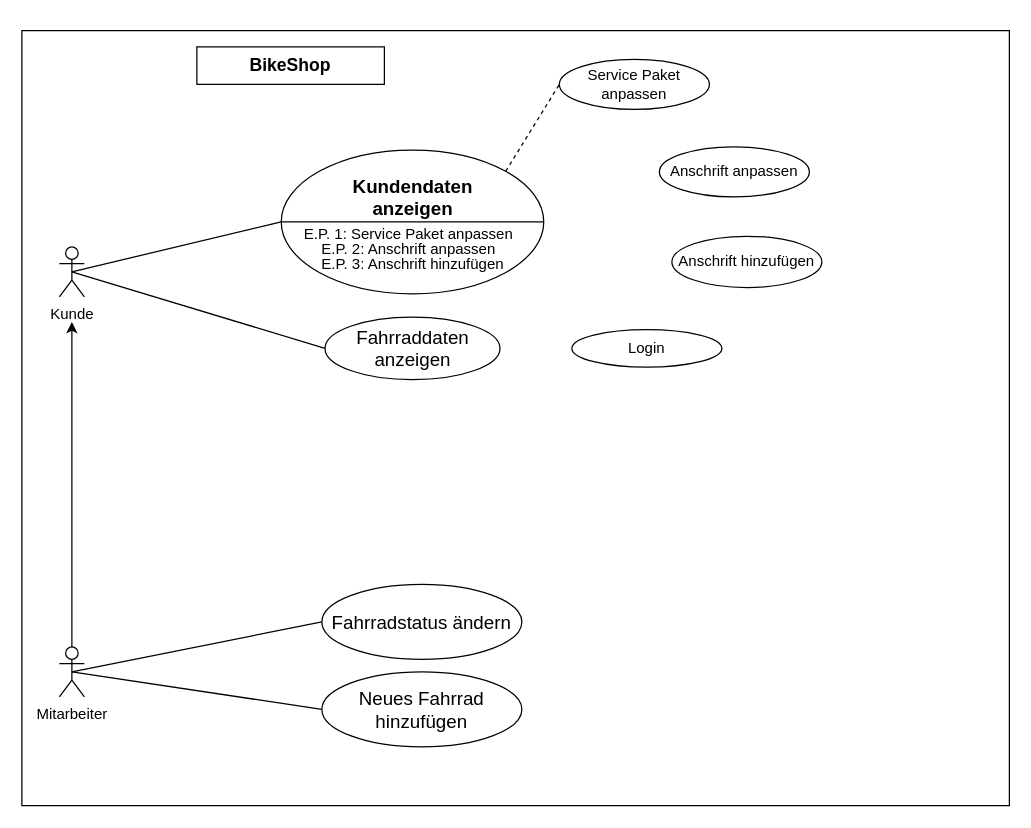
Earlier version of the draw.io diagram draw.io/BikeShopUseCaseDiagram.drawio (Peofesor/BikeShop). Source tidied: cells renumbered, new cells numbered last; positions are measured from the earlier drawing's top-left corner, leaving out a move shared by most shapes. Both pictures are drawn from the tidied source at 125%, with x=0, y=0 at pixel (21, 30).
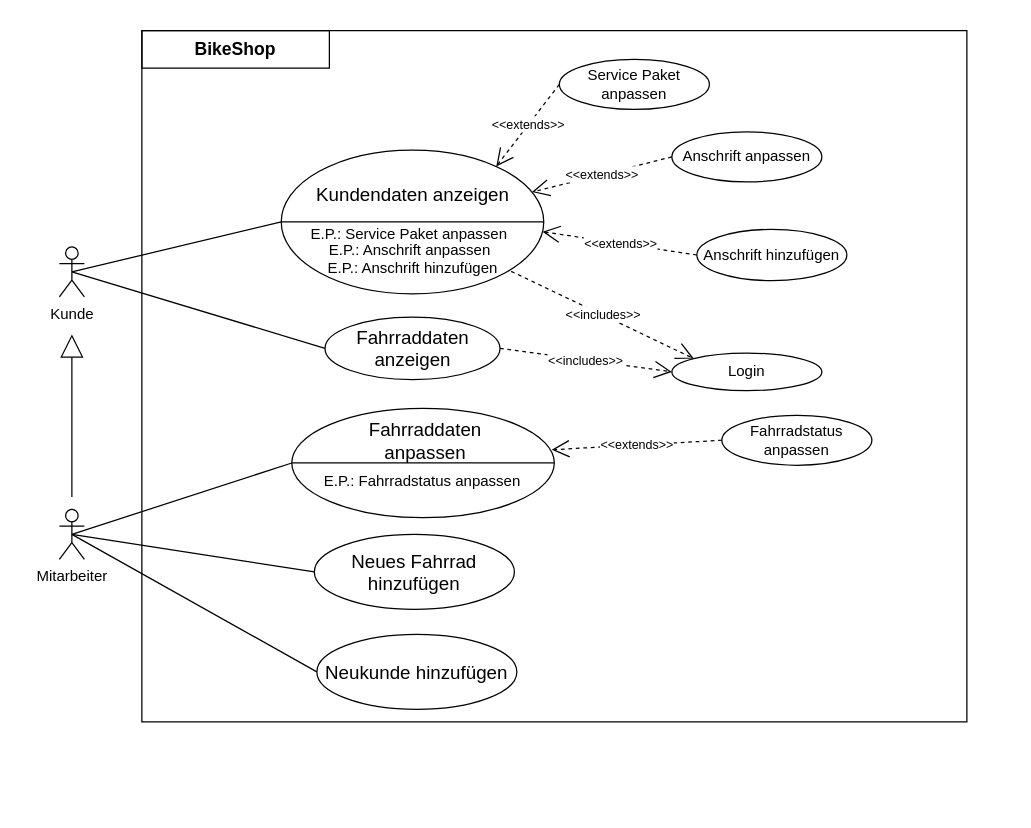
The same page after the edit.

Unchanged cells that the change refers to:
```xml
<mxCell id="7" style="shape=lineEllipse;line=vertical;perimeter=ellipsePerimeter;whiteSpace=wrap;html=1;backgroundOutline=1;labelBackgroundColor=none;align=center;rotation=90;fillColor=none;strokeColor=#000000;fontColor=#000000;" parent="1" vertex="1">
  <mxGeometry x="255" y="48" width="115" height="210" as="geometry" />
</mxCell>
<mxCell id="12" value="Service Paket anpassen" style="ellipse;whiteSpace=wrap;html=1;labelBackgroundColor=none;align=center;fillColor=none;strokeColor=#000000;fontColor=#000000;" parent="1" vertex="1">
  <mxGeometry x="430" y="23" width="120" height="40" as="geometry" />
</mxCell>
<mxCell id="14" value="Fahrraddaten anzeigen" style="ellipse;whiteSpace=wrap;html=1;labelBackgroundColor=none;fontSize=15;align=center;fillColor=none;strokeColor=#000000;fontColor=#000000;" parent="1" vertex="1">
  <mxGeometry x="242.5" y="229.2" width="140" height="50" as="geometry" />
</mxCell>
```

The edit, as a diff of the source:
```diff
@@
     <mxCell id="2" style="rounded=0;whiteSpace=wrap;html=1;labelBackgroundColor=none;fillColor=none;strokeColor=#000000;" parent="1" vertex="1">
-      <mxGeometry width="790" height="620" as="geometry" />
+      <mxGeometry x="96" width="660" height="553" as="geometry" />
     </mxCell>
     <mxCell id="3" value="&lt;font&gt;Mitarbeiter&lt;/font&gt;" style="shape=umlActor;verticalLabelPosition=bottom;labelBackgroundColor=none;verticalAlign=top;html=1;outlineConnect=0;fillColor=none;strokeColor=#000000;fontColor=#000000;" parent="1" vertex="1">
-      <mxGeometry x="30" y="493" width="20" height="40" as="geometry" />
+      <mxGeometry x="30" y="383" width="20" height="40" as="geometry" />
     </mxCell>
@@
-    <mxCell id="5" style="edgeStyle=orthogonalEdgeStyle;rounded=0;jettySize=auto;html=1;fontColor=#000000;labelBorderColor=none;labelBackgroundColor=none;fillColor=none;strokeColor=#000000;" parent="1" edge="1" source="3">
-      <mxGeometry relative="1" as="geometry">
-        <mxPoint x="40" y="233" as="targetPoint" />
-      </mxGeometry>
-    </mxCell>
     <mxCell id="6" value="&lt;h3&gt;BikeShop&lt;/h3&gt;" style="rounded=0;whiteSpace=wrap;html=1;labelBackgroundColor=none;align=center;fontStyle=1;fillColor=none;strokeColor=#000000;fontColor=#000000;" parent="1" vertex="1">
-      <mxGeometry x="140" y="13" width="150" height="30" as="geometry" />
+      <mxGeometry x="96" width="150" height="30" as="geometry" />
     </mxCell>
@@
-    <mxCell id="8" value="&lt;h3 style=&quot;font-size: 15px;&quot;&gt;Kundendaten anzeigen&lt;br&gt;&lt;/h3&gt;" style="text;html=1;align=center;verticalAlign=middle;whiteSpace=wrap;rounded=0;labelBackgroundColor=none;fontSize=15;fillColor=none;strokeColor=none;fontColor=#000000;" parent="1" vertex="1">
-      <mxGeometry x="232.5" y="123" width="160" height="20" as="geometry" />
+    <mxCell id="8" value="&lt;h3 style=&quot;font-size: 15px;&quot;&gt;&lt;span style=&quot;font-weight: normal;&quot;&gt;Kundendaten anzeigen&lt;/span&gt;&lt;br&gt;&lt;/h3&gt;" style="text;html=1;align=center;verticalAlign=middle;whiteSpace=wrap;rounded=0;labelBackgroundColor=none;fontSize=15;fillColor=none;strokeColor=none;fontColor=#000000;" parent="1" vertex="1">
+      <mxGeometry x="232.5" y="121" width="160" height="20" as="geometry" />
     </mxCell>
-    <mxCell id="9" value="E.P. 1: Service Paket anpassen" style="text;html=1;align=left;verticalAlign=middle;whiteSpace=wrap;rounded=0;labelBackgroundColor=none;fillColor=none;strokeColor=none;fontColor=#000000;" parent="1" vertex="1">
-      <mxGeometry x="223.5" y="153" width="180" height="20" as="geometry" />
+    <mxCell id="9" value="&lt;div align=&quot;center&quot;&gt;E.P.: Service Paket anpassen&lt;/div&gt;" style="text;html=1;align=center;verticalAlign=middle;whiteSpace=wrap;rounded=0;labelBackgroundColor=none;fillColor=none;strokeColor=none;fontColor=#000000;" parent="1" vertex="1">
+      <mxGeometry x="200" y="153" width="220" height="20" as="geometry" />
     </mxCell>
-    <mxCell id="10" value="E.P. 2: Anschrift anpassen" style="text;html=1;align=left;verticalAlign=middle;whiteSpace=wrap;rounded=0;labelBackgroundColor=none;fillColor=none;strokeColor=none;fontColor=#000000;" parent="1" vertex="1">
-      <mxGeometry x="237.5" y="164.5" width="145" height="20" as="geometry" />
+    <mxCell id="10" value="E.P.: Anschrift anpassen" style="text;html=1;align=left;verticalAlign=middle;whiteSpace=wrap;rounded=0;labelBackgroundColor=none;fillColor=none;strokeColor=none;fontColor=#000000;" parent="1" vertex="1">
+      <mxGeometry x="243.5" y="165.5" width="145" height="20" as="geometry" />
     </mxCell>
@@
     <mxCell id="13" value="Anschrift anpassen" style="ellipse;whiteSpace=wrap;html=1;labelBackgroundColor=none;fontSize=12;align=center;fillColor=none;strokeColor=#000000;fontColor=#000000;" parent="1" vertex="1">
-      <mxGeometry x="510" y="93" width="120" height="40" as="geometry" />
+      <mxGeometry x="520" y="81" width="120" height="40" as="geometry" />
     </mxCell>
@@
     <mxCell id="16" value="Login" style="ellipse;whiteSpace=wrap;html=1;labelBackgroundColor=none;fontSize=12;align=center;fillColor=none;strokeColor=#000000;fontColor=#000000;" parent="1" vertex="1">
-      <mxGeometry x="440" y="239.2" width="120" height="30" as="geometry" />
+      <mxGeometry x="520" y="258" width="120" height="30" as="geometry" />
     </mxCell>
-    <mxCell id="17" value="Fahrradstatus ändern" style="ellipse;whiteSpace=wrap;html=1;labelBackgroundColor=none;fontSize=15;align=center;fillColor=none;strokeColor=#000000;fontColor=#000000;" parent="1" vertex="1">
-      <mxGeometry x="240" y="443" width="160" height="60" as="geometry" />
-    </mxCell>
     <mxCell id="18" value="Neues Fahrrad hinzufügen" style="ellipse;whiteSpace=wrap;html=1;labelBackgroundColor=none;fontSize=15;align=center;fillColor=none;strokeColor=#000000;fontColor=#000000;" parent="1" vertex="1">
-      <mxGeometry x="240" y="513" width="160" height="60" as="geometry" />
+      <mxGeometry x="234" y="403" width="160" height="60" as="geometry" />
     </mxCell>
-    <mxCell id="19" style="endArrow=none;html=1;labelBackgroundColor=none;fontColor=#000000;exitX=0.5;exitY=0.5;exitDx=0;exitDy=0;exitPerimeter=0;entryX=0;entryY=0.5;entryDx=0;entryDy=0;fillColor=none;strokeColor=#000000;" parent="1" edge="1" source="3" target="17">
+    <mxCell id="19" style="endArrow=none;html=1;labelBackgroundColor=none;fontColor=#000000;exitX=0.5;exitY=0.5;exitDx=0;exitDy=0;exitPerimeter=0;entryX=0.5;entryY=1;entryDx=0;entryDy=0;fillColor=none;strokeColor=#000000;" parent="1" edge="1" source="3" target="24">
       <mxGeometry relative="1" as="geometry" />
     </mxCell>
@@
     <mxCell id="21" value="Anschrift hinzufügen" style="ellipse;whiteSpace=wrap;html=1;labelBackgroundColor=none;fontSize=12;align=center;fillColor=none;strokeColor=#000000;fontColor=#000000;" parent="1" vertex="1">
-      <mxGeometry x="520" y="164.5" width="120" height="41" as="geometry" />
+      <mxGeometry x="540" y="159" width="120" height="41" as="geometry" />
     </mxCell>
-    <mxCell id="22" value="E.P. 3: Anschrift hinzufügen" style="text;html=1;align=left;verticalAlign=middle;whiteSpace=wrap;rounded=0;labelBackgroundColor=none;fillColor=none;strokeColor=none;fontColor=#000000;" parent="1" vertex="1">
-      <mxGeometry x="238.2" y="177" width="162.5" height="20" as="geometry" />
+    <mxCell id="22" value="E.P.: Anschrift hinzufügen" style="text;html=1;align=left;verticalAlign=middle;whiteSpace=wrap;rounded=0;labelBackgroundColor=none;fillColor=none;strokeColor=none;fontColor=#000000;" parent="1" vertex="1">
+      <mxGeometry x="243.2" y="180" width="162.5" height="20" as="geometry" />
     </mxCell>
-    <mxCell id="23" style="endArrow=none;dashed=1;html=1;rounded=0;entryX=0;entryY=0.5;entryDx=0;entryDy=0;exitX=0;exitY=0;exitDx=0;exitDy=0;" parent="1" edge="1" source="7" target="12">
-      <mxGeometry relative="1" as="geometry" />
-    </mxCell>
+    <mxCell id="24" style="shape=lineEllipse;line=vertical;perimeter=ellipsePerimeter;whiteSpace=wrap;html=1;backgroundOutline=1;labelBackgroundColor=none;align=center;rotation=90;fillColor=none;strokeColor=#000000;fontColor=#000000;" parent="1" vertex="1">
+      <mxGeometry x="277.2" y="240.9" width="87.5" height="210" as="geometry" />
+    </mxCell>
+    <mxCell id="25" value="Fahrraddaten anpassen" style="text;html=1;align=center;verticalAlign=middle;whiteSpace=wrap;rounded=0;labelBackgroundColor=none;fontSize=15;fillColor=none;strokeColor=none;fontColor=#000000;" parent="1" vertex="1">
+      <mxGeometry x="243" y="317.7" width="160" height="20" as="geometry" />
+    </mxCell>
+    <mxCell id="26" value="E.P.: Fahrradstatus anpassen" style="text;html=1;align=left;verticalAlign=middle;whiteSpace=wrap;rounded=0;labelBackgroundColor=none;fillColor=none;strokeColor=none;fontColor=#000000;" parent="1" vertex="1">
+      <mxGeometry x="240" y="351.2" width="190" height="20" as="geometry" />
+    </mxCell>
+    <mxCell id="27" value="Fahrradstatus anpassen" style="ellipse;whiteSpace=wrap;html=1;labelBackgroundColor=none;align=center;fillColor=none;strokeColor=#000000;fontColor=#000000;" parent="1" vertex="1">
+      <mxGeometry x="560" y="307.7" width="120" height="40" as="geometry" />
+    </mxCell>
+    <mxCell id="28" value="&lt;font style=&quot;font-size: 10px;&quot;&gt;&amp;lt;&amp;lt;extends&amp;gt;&amp;gt;&lt;/font&gt;" style="endArrow=open;endSize=12;dashed=1;html=1;rounded=0;exitX=0;exitY=0.5;exitDx=0;exitDy=0;entryX=0.114;entryY=0.181;entryDx=0;entryDy=0;entryPerimeter=0;" parent="1" edge="1" source="12" target="7">
+      <mxGeometry relative="1" as="geometry" />
+    </mxCell>
+    <mxCell id="29" value="&lt;font style=&quot;font-size: 10px;&quot;&gt;&amp;lt;&amp;lt;extends&amp;gt;&amp;gt;&lt;/font&gt;" style="endArrow=open;endSize=12;dashed=1;html=1;rounded=0;exitX=0;exitY=0.5;exitDx=0;exitDy=0;entryX=0.293;entryY=0.045;entryDx=0;entryDy=0;entryPerimeter=0;" parent="1" edge="1" source="13" target="7">
+      <mxGeometry relative="1" as="geometry" />
+    </mxCell>
+    <mxCell id="30" value="&lt;font style=&quot;font-size: 10px;&quot;&gt;&amp;lt;&amp;lt;extends&amp;gt;&amp;gt;&lt;/font&gt;" style="endArrow=open;endSize=12;dashed=1;html=1;rounded=0;exitX=0;exitY=0.5;exitDx=0;exitDy=0;entryX=0.568;entryY=0.005;entryDx=0;entryDy=0;entryPerimeter=0;" parent="1" edge="1" source="21" target="7">
+      <mxGeometry relative="1" as="geometry" />
+    </mxCell>
+    <mxCell id="31" value="&lt;font style=&quot;font-size: 10px;&quot;&gt;&amp;lt;&amp;lt;includes&amp;gt;&amp;gt;&lt;/font&gt;" style="endArrow=open;endSize=12;dashed=1;html=1;rounded=0;exitX=0.844;exitY=0.124;exitDx=0;exitDy=0;exitPerimeter=0;entryX=0;entryY=0;entryDx=0;entryDy=0;" parent="1" edge="1" source="7" target="16">
+      <mxGeometry relative="1" as="geometry" />
+    </mxCell>
+    <mxCell id="32" value="&lt;font style=&quot;font-size: 10px;&quot;&gt;&amp;lt;&amp;lt;includes&amp;gt;&amp;gt;&lt;/font&gt;" style="endArrow=open;endSize=12;dashed=1;html=1;rounded=0;exitX=1;exitY=0.5;exitDx=0;exitDy=0;entryX=0;entryY=0.5;entryDx=0;entryDy=0;" parent="1" edge="1" source="14" target="16">
+      <mxGeometry relative="1" as="geometry" />
+    </mxCell>
+    <mxCell id="33" value="&lt;font style=&quot;font-size: 10px;&quot;&gt;&amp;lt;&amp;lt;extends&amp;gt;&amp;gt;&lt;/font&gt;" style="endArrow=open;endSize=12;dashed=1;html=1;rounded=0;exitX=0;exitY=0.5;exitDx=0;exitDy=0;entryX=0.379;entryY=0.01;entryDx=0;entryDy=0;entryPerimeter=0;" parent="1" edge="1" source="27" target="24">
+      <mxGeometry relative="1" as="geometry" />
+    </mxCell>
+    <mxCell id="34" style="endArrow=block;endSize=16;endFill=0;html=1;rounded=0;" parent="1" edge="1">
+      <mxGeometry relative="1" as="geometry">
+        <mxPoint x="40" y="373" as="sourcePoint" />
+        <mxPoint x="40" y="243" as="targetPoint" />
+      </mxGeometry>
+    </mxCell>
+    <mxCell id="35" value="Neukunde hinzufügen" style="ellipse;whiteSpace=wrap;html=1;labelBackgroundColor=none;fontSize=15;align=center;fillColor=none;strokeColor=#000000;fontColor=#000000;" parent="1" vertex="1">
+      <mxGeometry x="236" y="483" width="160" height="60" as="geometry" />
+    </mxCell>
+    <mxCell id="36" style="endArrow=none;html=1;labelBackgroundColor=none;fontColor=#000000;exitX=0.5;exitY=0.5;exitDx=0;exitDy=0;exitPerimeter=0;entryX=0;entryY=0.5;entryDx=0;entryDy=0;fillColor=none;strokeColor=#000000;" parent="1" edge="1" source="3" target="35">
+      <mxGeometry relative="1" as="geometry" />
+    </mxCell>
```
